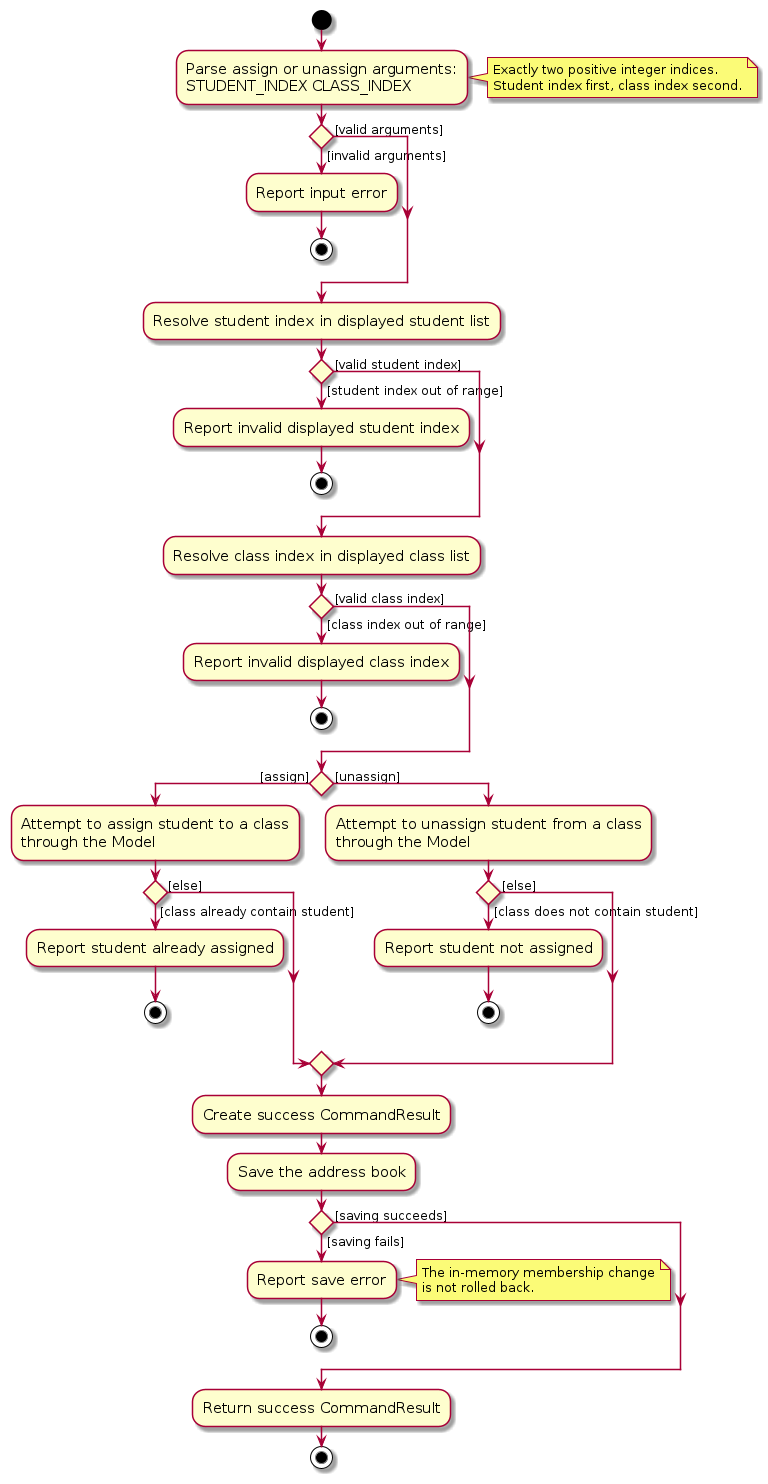
AY2627S1-CS2103-F10-2/tp keeps this PlantUML diagram as diagrams/AssignUnassignActivityDiagram.png. Above is the earlier version. Its source is kept beside it as diagrams/AssignUnassignActivityDiagram.puml.
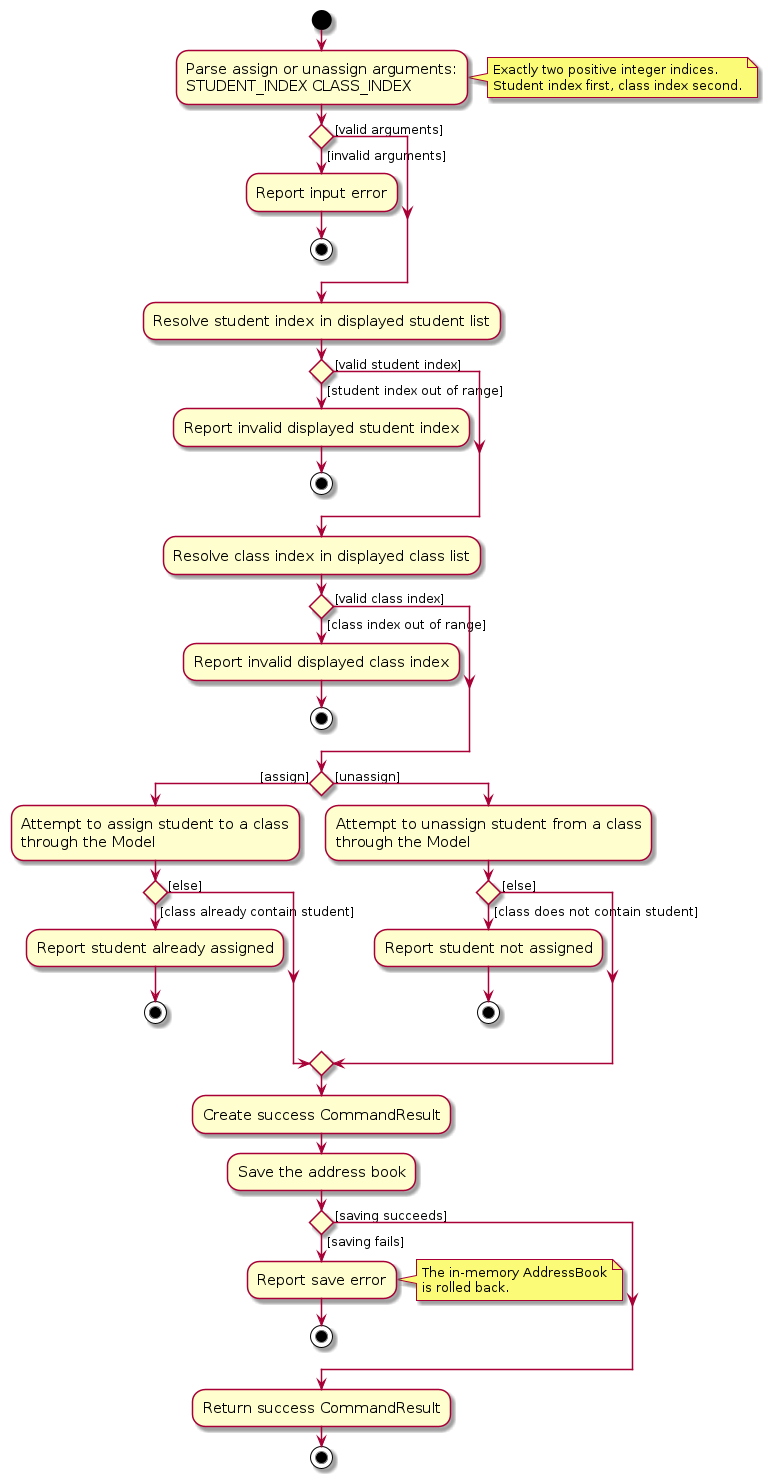
The same diagram one commit later.

Diff of the diagram source:
```diff
@@ -53,8 +53,8 @@
 if () then ([saving fails])
     :Report save error;
     note right
-    The in-memory membership change
-    is not rolled back.
+    The in-memory AddressBook
+    is rolled back.
     end note
     stop
 else ([saving succeeds])
```
